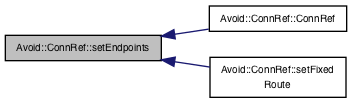
This is documentation/classAvoid_1_1ConnRef_ae66e8c90dc191951fc0f64acc4c06d7c_icgraph.png from mjwybrow/adaptagrams, a Graphviz export, as it was before one commit. Its source is kept beside it as documentation/classAvoid_1_1ConnRef_ae66e8c90dc191951fc0f64acc4c06d7c_icgraph.dot. Source of this version:
```dot
digraph "Avoid::ConnRef::setEndpoints"
{
  edge [fontname="Helvetica",fontsize="10",labelfontname="Helvetica",labelfontsize="10"];
  node [fontname="Helvetica",fontsize="10",shape=record];
  rankdir="LR";
  Node78 [label="Avoid::ConnRef::setEndpoints",height=0.2,width=0.4,color="black", fillcolor="grey75", style="filled", fontcolor="black"];
  Node78 -> Node79 [dir="back",color="midnightblue",fontsize="10",style="solid",fontname="Helvetica"];
  Node79 [label="Avoid::ConnRef::ConnRef",height=0.2,width=0.4,color="black", fillcolor="white", style="filled",URL="$classAvoid_1_1ConnRef.html#aa469b1767d12e1fa4971004225a0abcd",tooltip="Constructs a connector with endpoints specified. "];
  Node78 -> Node80 [dir="back",color="midnightblue",fontsize="10",style="solid",fontname="Helvetica"];
  Node80 [label="Avoid::ConnRef::setFixed\lRoute",height=0.2,width=0.4,color="black", fillcolor="white", style="filled",URL="$classAvoid_1_1ConnRef.html#a392eeffe4cdd76267b0d1bb654562382",tooltip="Sets a fixed user-specified route for this connector. "];
}
```
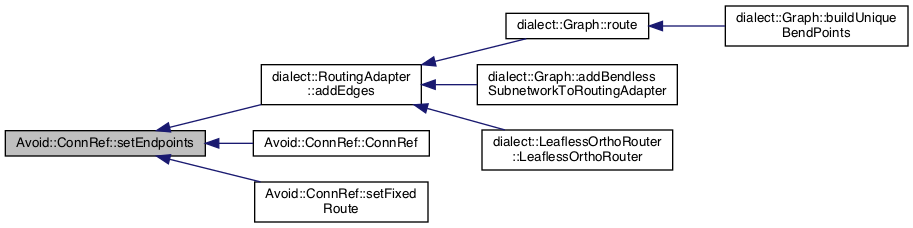
After the change.

The edit, as a diff of the source:
```diff
@@ -3,9 +3,19 @@
   edge [fontname="Helvetica",fontsize="10",labelfontname="Helvetica",labelfontsize="10"];
   node [fontname="Helvetica",fontsize="10",shape=record];
   rankdir="LR";
-  Node78 [label="Avoid::ConnRef::setEndpoints",height=0.2,width=0.4,color="black", fillcolor="grey75", style="filled", fontcolor="black"];
-  Node78 -> Node79 [dir="back",color="midnightblue",fontsize="10",style="solid",fontname="Helvetica"];
-  Node79 [label="Avoid::ConnRef::ConnRef",height=0.2,width=0.4,color="black", fillcolor="white", style="filled",URL="$classAvoid_1_1ConnRef.html#aa469b1767d12e1fa4971004225a0abcd",tooltip="Constructs a connector with endpoints specified. "];
-  Node78 -> Node80 [dir="back",color="midnightblue",fontsize="10",style="solid",fontname="Helvetica"];
-  Node80 [label="Avoid::ConnRef::setFixed\lRoute",height=0.2,width=0.4,color="black", fillcolor="white", style="filled",URL="$classAvoid_1_1ConnRef.html#a392eeffe4cdd76267b0d1bb654562382",tooltip="Sets a fixed user-specified route for this connector. "];
+  Node56 [label="Avoid::ConnRef::setEndpoints",height=0.2,width=0.4,color="black", fillcolor="grey75", style="filled", fontcolor="black"];
+  Node56 -> Node57 [dir="back",color="midnightblue",fontsize="10",style="solid",fontname="Helvetica"];
+  Node57 [label="dialect::RoutingAdapter\l::addEdges",height=0.2,width=0.4,color="black", fillcolor="white", style="filled",URL="$structdialect_1_1RoutingAdapter.html#a3ff650be16cbf63866b156c6e9e86109",tooltip="Add edges. "];
+  Node57 -> Node58 [dir="back",color="midnightblue",fontsize="10",style="solid",fontname="Helvetica"];
+  Node58 [label="dialect::Graph::route",height=0.2,width=0.4,color="black", fillcolor="white", style="filled",URL="$classdialect_1_1Graph.html#a06192e3eaecef5bf6a1e11e62502622f",tooltip="Do a libavoid connector routing on all Edges in the Graph. "];
+  Node58 -> Node59 [dir="back",color="midnightblue",fontsize="10",style="solid",fontname="Helvetica"];
+  Node59 [label="dialect::Graph::buildUnique\lBendPoints",height=0.2,width=0.4,color="black", fillcolor="white", style="filled",URL="$classdialect_1_1Graph.html#a8493b1e54c6eb3b2eb732854f8f0d734",tooltip="Build and return Nodes representing every point at which any Edge has a bend in its connector route..."];
+  Node57 -> Node60 [dir="back",color="midnightblue",fontsize="10",style="solid",fontname="Helvetica"];
+  Node60 [label="dialect::Graph::addBendless\lSubnetworkToRoutingAdapter",height=0.2,width=0.4,color="black", fillcolor="white", style="filled",URL="$classdialect_1_1Graph.html#af84d080b9c143ea05307912dd1cdfda9",tooltip="Add all Nodes, and all those Edges having no bend nodes within them, to a given RoutingAdapter. This is useful when precisely those Edges are viewed as needing a route which do not already have any bend nodes. "];
+  Node57 -> Node61 [dir="back",color="midnightblue",fontsize="10",style="solid",fontname="Helvetica"];
+  Node61 [label="dialect::LeaflessOrthoRouter\l::LeaflessOrthoRouter",height=0.2,width=0.4,color="black", fillcolor="white", style="filled",URL="$classdialect_1_1LeaflessOrthoRouter.html#af679a8ea90e4f0ef30a22cb89afc4dbd",tooltip="Standard constructor. "];
+  Node56 -> Node62 [dir="back",color="midnightblue",fontsize="10",style="solid",fontname="Helvetica"];
+  Node62 [label="Avoid::ConnRef::ConnRef",height=0.2,width=0.4,color="black", fillcolor="white", style="filled",URL="$classAvoid_1_1ConnRef.html#aa469b1767d12e1fa4971004225a0abcd",tooltip="Constructs a connector with endpoints specified. "];
+  Node56 -> Node63 [dir="back",color="midnightblue",fontsize="10",style="solid",fontname="Helvetica"];
+  Node63 [label="Avoid::ConnRef::setFixed\lRoute",height=0.2,width=0.4,color="black", fillcolor="white", style="filled",URL="$classAvoid_1_1ConnRef.html#a392eeffe4cdd76267b0d1bb654562382",tooltip="Sets a fixed user-specified route for this connector. "];
 }
```
